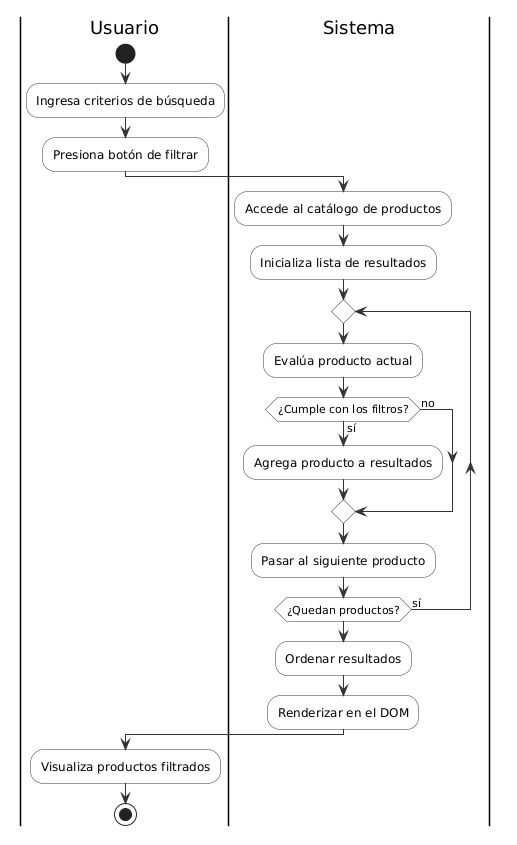
The PlantUML diagram docs/05-diagramas/01-diagrama-de-actividades/actividad-flujo-1-busqueda.png in GonzaloBarbano/E-commerce, before a commit.
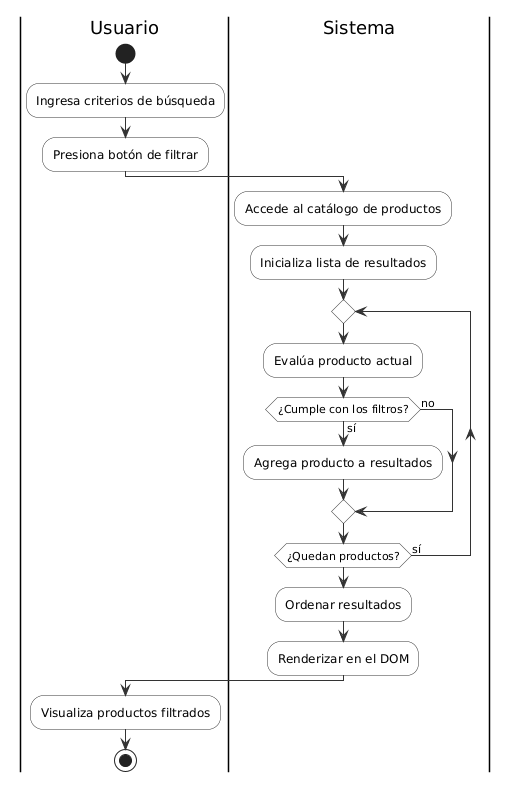
The same diagram one commit later.

What changed in the source:
```diff
@@ -18,7 +18,6 @@
     :Agrega producto a resultados;
   else (no)
   endif
-  :Pasar al siguiente producto;
 repeat while (¿Quedan productos?) is (sí)
 
 :Ordenar resultados;
```
